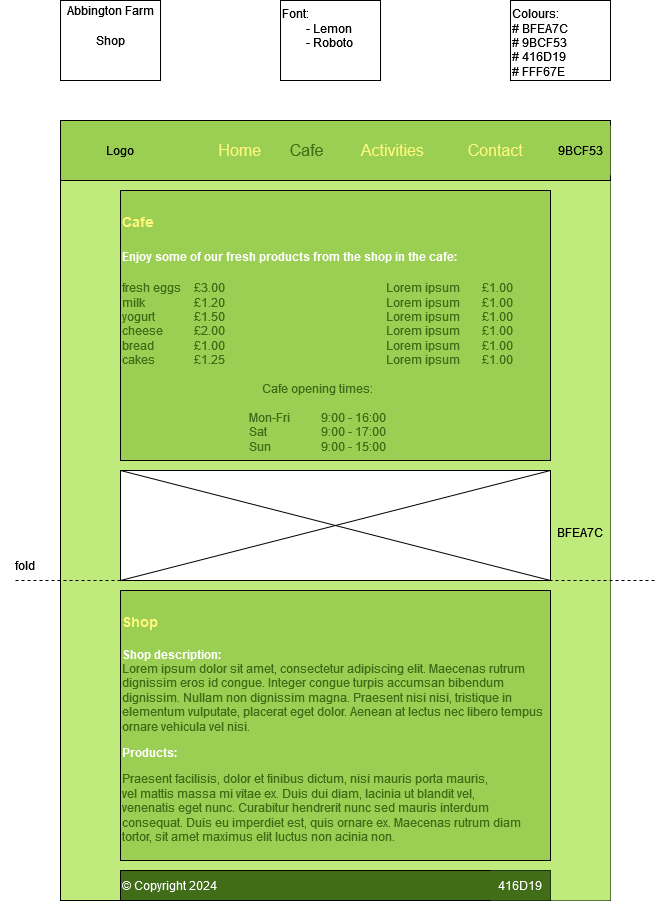
Earlier version of the draw.io export GCC Software Development/Web Course/Assignment/Task 1/Shop.png (G-Siu/100DaysOfCode). Source tidied: cells renumbered, new cells last; positions are measured from the earlier drawing's top-left corner, leaving out a move shared by most shapes.
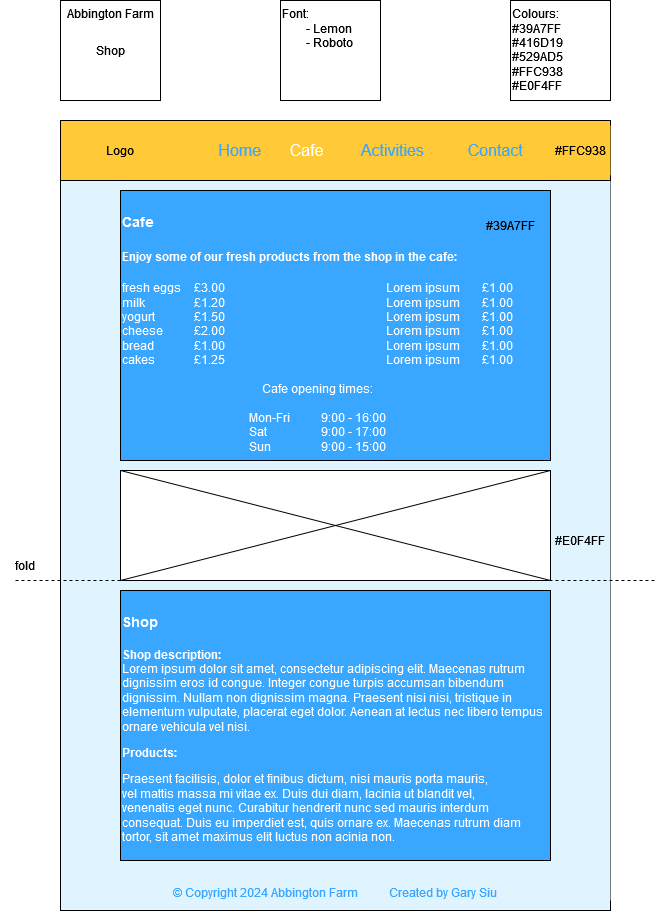
After the commit.

Change to the diagram source:
```diff
@@ -3,44 +3,35 @@
     <mxCell id="0" />
     <mxCell id="1" parent="0" />
     <mxCell id="2" value="Font:&lt;br&gt;&lt;span style=&quot;white-space: pre;&quot;&gt;&#9;&lt;/span&gt;- Lemon&lt;br&gt;&lt;span style=&quot;white-space: pre;&quot;&gt;&#9;&lt;/span&gt;- Roboto" style="rounded=0;whiteSpace=wrap;html=1;align=left;verticalAlign=top;fontStyle=0;" parent="1" vertex="1">
-      <mxGeometry x="280" width="100" height="80" as="geometry" />
+      <mxGeometry x="280" width="100" height="100" as="geometry" />
     </mxCell>
-    <mxCell id="3" value="Colours:&lt;span style=&quot;&quot;&gt; &lt;br&gt;# BFEA7C&lt;br&gt;# 9BCF53&lt;br&gt;# 416D19&lt;br&gt;# FFF67E&lt;br&gt;&lt;/span&gt;" style="rounded=0;whiteSpace=wrap;html=1;align=left;verticalAlign=top;fontStyle=0;" parent="1" vertex="1">
-      <mxGeometry x="510" width="100" height="80" as="geometry" />
-    </mxCell>
     <mxCell id="4" style="group;" parent="1" vertex="1">
-      <mxGeometry x="60" width="100" height="80" as="geometry" />
+      <mxGeometry x="60" width="100" height="100" as="geometry" />
     </mxCell>
     <mxCell id="5" value="Shop" style="rounded=0;whiteSpace=wrap;html=1;align=center;verticalAlign=middle;" parent="4" vertex="1">
-      <mxGeometry width="100" height="80" as="geometry" />
+      <mxGeometry width="100" height="100" as="geometry" />
     </mxCell>
     <mxCell id="6" value="Abbington Farm" style="rounded=0;whiteSpace=wrap;html=1;strokeColor=none;fillColor=none;" parent="4" vertex="1">
-      <mxGeometry x="5" width="90" height="20" as="geometry" />
+      <mxGeometry x="5" width="90" height="25" as="geometry" />
     </mxCell>
-    <mxCell id="7" style="rounded=0;whiteSpace=wrap;html=1;fillColor=#BFEA7C;" parent="1" vertex="1">
-      <mxGeometry x="60" y="180" width="550" height="720" as="geometry" />
+    <mxCell id="7" style="rounded=0;whiteSpace=wrap;html=1;fillColor=#E0F4FF;" parent="1" vertex="1">
+      <mxGeometry x="60" y="180" width="550" height="730" as="geometry" />
     </mxCell>
-    <mxCell id="8" value="B&lt;span style=&quot;&quot;&gt;FEA7C&lt;/span&gt;&lt;div&gt;&lt;br/&gt;&lt;/div&gt;" style="rounded=0;whiteSpace=wrap;html=1;strokeColor=none;fillColor=#BFEA7C;" parent="1" vertex="1">
+    <mxCell id="8" value="#E0F4FF" style="rounded=0;whiteSpace=wrap;html=1;strokeColor=none;fillColor=#E0F4FF;" parent="1" vertex="1">
       <mxGeometry x="550" y="180" width="60" height="720" as="geometry" />
     </mxCell>
-    <mxCell id="9" value="&lt;div align=&quot;left&quot; style=&quot;font-size: 16px;&quot;&gt;&lt;font color=&quot;#fff67e&quot; style=&quot;font-size: 16px;&quot;&gt;&lt;span style=&quot;white-space: pre;&quot;&gt;&#9;&lt;/span&gt;&lt;span style=&quot;white-space: pre;&quot;&gt;&#9;&lt;/span&gt;&lt;/font&gt;&lt;font color=&quot;#fff67e&quot; style=&quot;font-size: 16px;&quot;&gt;Home&lt;/font&gt;&lt;font color=&quot;#fff67e&quot; style=&quot;font-size: 16px;&quot;&gt; &lt;span style=&quot;white-space: pre;&quot;&gt;&#9;&lt;/span&gt;&lt;/font&gt;&lt;font style=&quot;font-size: 16px;&quot;&gt;Cafe&lt;/font&gt;&lt;font color=&quot;#fff67e&quot; style=&quot;font-size: 16px;&quot;&gt; &lt;span style=&quot;white-space: pre;&quot;&gt;&#9;&lt;/span&gt;Activities &lt;span style=&quot;white-space: pre;&quot;&gt;&#9;&lt;/span&gt;Contact&lt;br style=&quot;font-size: 16px;&quot;&gt;&lt;/font&gt;&lt;/div&gt;" style="rounded=0;whiteSpace=wrap;html=1;fillColor=#9BCF53;fontSize=16;fontColor=#416D19;" parent="1" vertex="1">
+    <mxCell id="9" value="&lt;div align=&quot;left&quot; style=&quot;font-size: 16px;&quot;&gt;&lt;font color=&quot;#39a7ff&quot; style=&quot;font-size: 16px;&quot;&gt;&lt;span style=&quot;white-space: pre;&quot;&gt;&#9;&lt;/span&gt;&lt;span style=&quot;white-space: pre;&quot;&gt;&#9;&lt;/span&gt;&lt;/font&gt;&lt;font color=&quot;#39a7ff&quot; style=&quot;font-size: 16px;&quot;&gt;Home&lt;/font&gt;&lt;font color=&quot;#39a7ff&quot; style=&quot;font-size: 16px;&quot;&gt; &lt;span style=&quot;white-space: pre;&quot;&gt;&#9;&lt;/span&gt;&lt;/font&gt;&lt;font color=&quot;#ffffff&quot; style=&quot;font-size: 16px;&quot;&gt;Cafe&lt;/font&gt;&lt;font color=&quot;#ffffff&quot; style=&quot;font-size: 16px;&quot;&gt; &lt;span style=&quot;white-space: pre;&quot;&gt;&#9;&lt;/span&gt;&lt;/font&gt;&lt;font color=&quot;#39a7ff&quot; style=&quot;font-size: 16px;&quot;&gt;Activities &lt;span style=&quot;white-space: pre;&quot;&gt;&#9;&lt;/span&gt;Contact&lt;br style=&quot;font-size: 16px;&quot;&gt;&lt;/font&gt;&lt;/div&gt;" style="rounded=0;whiteSpace=wrap;html=1;fillColor=#FFC938;fontSize=16;fontColor=#416D19;" parent="1" vertex="1">
       <mxGeometry x="60" y="120" width="550" height="60" as="geometry" />
     </mxCell>
     <mxCell id="10" value="Logo" style="rounded=0;whiteSpace=wrap;html=1;strokeColor=none;fillColor=none;" parent="1" vertex="1">
       <mxGeometry x="60" y="120" width="120" height="60" as="geometry" />
     </mxCell>
-    <mxCell id="11" value="&lt;font color=&quot;#fff67e&quot; size=&quot;1&quot;&gt;&lt;b style=&quot;font-size: 14px;&quot;&gt;&lt;br&gt;Cafe&lt;br&gt;&lt;br&gt;&lt;/b&gt;&lt;/font&gt;&lt;b&gt;&lt;font color=&quot;#ffffff&quot;&gt;Enjoy some of our fresh products from the shop in the cafe:&lt;/font&gt;&lt;/b&gt;&lt;font color=&quot;#fff67e&quot; size=&quot;1&quot;&gt;&lt;b style=&quot;font-size: 14px;&quot;&gt;&lt;br&gt;&lt;br&gt;&lt;/b&gt;&lt;/font&gt;&lt;font color=&quot;#416d19&quot;&gt;fresh eggs&lt;span style=&quot;white-space: pre;&quot;&gt;&#9;&lt;/span&gt;£3.00&lt;span style=&quot;white-space: pre;&quot;&gt;&#9;&lt;/span&gt;&lt;span style=&quot;white-space: pre;&quot;&gt;&#9;&lt;/span&gt;&lt;span style=&quot;white-space: pre;&quot;&gt;&#9;&lt;/span&gt;&lt;span style=&quot;white-space: pre;&quot;&gt;&#9;&lt;/span&gt;&lt;span style=&quot;white-space: pre;&quot;&gt;&#9;&lt;/span&gt;&lt;span style=&quot;white-space: pre;&quot;&gt;&#9;&lt;/span&gt;&lt;span style=&quot;white-space: pre;&quot;&gt;&#9;&lt;/span&gt;Lorem ipsum&lt;span style=&quot;white-space: pre;&quot;&gt;&#9;&lt;/span&gt;£1.00 &lt;br&gt;milk&lt;span style=&quot;white-space: pre;&quot;&gt;&#9;&lt;/span&gt;&lt;span style=&quot;white-space: pre;&quot;&gt;&#9;&lt;/span&gt;£1.20&lt;span style=&quot;white-space: pre;&quot;&gt;&#9;&lt;/span&gt;&lt;span style=&quot;white-space: pre;&quot;&gt;&#9;&lt;/span&gt;&lt;span style=&quot;white-space: pre;&quot;&gt;&#9;&lt;/span&gt;&lt;span style=&quot;white-space: pre;&quot;&gt;&#9;&lt;/span&gt;&lt;span style=&quot;white-space: pre;&quot;&gt;&#9;&lt;/span&gt;&lt;span style=&quot;white-space: pre;&quot;&gt;&#9;&lt;/span&gt;&lt;span style=&quot;white-space: pre;&quot;&gt;&#9;Lorem ipsum&lt;span style=&quot;white-space: pre;&quot;&gt;&#9;&lt;/span&gt;£1.00&lt;/span&gt;&lt;br&gt;yogurt&lt;span style=&quot;white-space: pre;&quot;&gt;&#9;&lt;/span&gt;&lt;span style=&quot;white-space: pre;&quot;&gt;&#9;&lt;/span&gt;£1.50&lt;span style=&quot;white-space: pre;&quot;&gt;&#9;&lt;/span&gt;&lt;span style=&quot;white-space: pre;&quot;&gt;&#9;&lt;/span&gt;&lt;span style=&quot;white-space: pre;&quot;&gt;&#9;&lt;/span&gt;&lt;span style=&quot;white-space: pre;&quot;&gt;&#9;&lt;/span&gt;&lt;span style=&quot;white-space: pre;&quot;&gt;&#9;&lt;/span&gt;&lt;span style=&quot;white-space: pre;&quot;&gt;&#9;&lt;/span&gt;&lt;span style=&quot;white-space: pre;&quot;&gt;&#9;&lt;/span&gt;Lorem ipsum&lt;span style=&quot;white-space: pre;&quot;&gt;&#9;&lt;/span&gt;£1.00&lt;br&gt;cheese&lt;span style=&quot;white-space: pre;&quot;&gt;&#9;&lt;/span&gt;&lt;span style=&quot;white-space: pre;&quot;&gt;&#9;&lt;/span&gt;£2.00&lt;span style=&quot;white-space: pre;&quot;&gt;&#9;&lt;/span&gt;&lt;span style=&quot;white-space: pre;&quot;&gt;&#9;&lt;/span&gt;&lt;span style=&quot;white-space: pre;&quot;&gt;&#9;&lt;/span&gt;&lt;span style=&quot;white-space: pre;&quot;&gt;&#9;&lt;/span&gt;&lt;span style=&quot;white-space: pre;&quot;&gt;&#9;&lt;/span&gt;&lt;span style=&quot;white-space: pre;&quot;&gt;&#9;&lt;/span&gt;&lt;span style=&quot;white-space: pre;&quot;&gt;&#9;&lt;/span&gt;Lorem ipsum&lt;span style=&quot;white-space: pre;&quot;&gt;&#9;&lt;/span&gt;£1.00&lt;br&gt;bread&lt;span style=&quot;white-space: pre;&quot;&gt;&#9;&lt;/span&gt;&lt;span style=&quot;white-space: pre;&quot;&gt;&#9;&lt;/span&gt;£1.00&lt;span style=&quot;white-space: pre;&quot;&gt;&#9;&lt;/span&gt;&lt;span style=&quot;white-space: pre;&quot;&gt;&#9;&lt;/span&gt;&lt;span style=&quot;white-space: pre;&quot;&gt;&#9;&lt;/span&gt;&lt;span style=&quot;white-space: pre;&quot;&gt;&#9;&lt;/span&gt;&lt;span style=&quot;white-space: pre;&quot;&gt;&#9;&lt;/span&gt;&lt;span style=&quot;white-space: pre;&quot;&gt;&#9;&lt;/span&gt;&lt;span style=&quot;white-space: pre;&quot;&gt;&#9;&lt;/span&gt;Lorem ipsum&lt;span style=&quot;white-space: pre;&quot;&gt;&#9;&lt;/span&gt;£1.00&lt;br&gt;cakes&lt;span style=&quot;white-space: pre;&quot;&gt;&#9;&lt;/span&gt;&lt;span style=&quot;white-space: pre;&quot;&gt;&#9;&lt;/span&gt;£1.25&lt;span style=&quot;white-space: pre;&quot;&gt;&#9;&lt;/span&gt;&lt;span style=&quot;white-space: pre;&quot;&gt;&#9;&lt;/span&gt;&lt;span style=&quot;white-space: pre;&quot;&gt;&#9;&lt;/span&gt;&lt;span style=&quot;white-space: pre;&quot;&gt;&#9;&lt;/span&gt;&lt;span style=&quot;white-space: pre;&quot;&gt;&#9;&lt;/span&gt;&lt;span style=&quot;white-space: pre;&quot;&gt;&#9;&lt;/span&gt;&lt;span style=&quot;white-space: pre;&quot;&gt;&#9;&lt;/span&gt;Lorem ipsum&lt;span style=&quot;white-space: pre;&quot;&gt;&#9;&lt;/span&gt;£1.00&lt;br&gt;&lt;br&gt;&lt;/font&gt;&lt;div align=&quot;center&quot;&gt;&lt;font color=&quot;#416d19&quot;&gt;Cafe opening times:&lt;/font&gt;&lt;br&gt;&lt;br&gt;&lt;font color=&quot;#416d19&quot;&gt;Mon-Fri&lt;span style=&quot;white-space: pre;&quot;&gt;&#9;&lt;/span&gt;&lt;span style=&quot;white-space: pre;&quot;&gt;&#9;&lt;/span&gt;9:00 - 16:00&lt;/font&gt;&lt;br&gt;&lt;font color=&quot;#416d19&quot;&gt;Sat&lt;span style=&quot;white-space: pre;&quot;&gt;&#9;&lt;/span&gt;&lt;span style=&quot;white-space: pre;&quot;&gt;&#9;&lt;/span&gt;&lt;span style=&quot;white-space: pre;&quot;&gt;&#9;&lt;/span&gt;9:00 - 17:00&lt;/font&gt;&lt;br&gt;&lt;font color=&quot;#416d19&quot;&gt;Sun&lt;span style=&quot;white-space: pre;&quot;&gt;&#9;&lt;/span&gt;&lt;span style=&quot;white-space: pre;&quot;&gt;&#9;&lt;/span&gt;9:00 - 15:00&lt;/font&gt;&lt;br&gt;&lt;/div&gt;&lt;font color=&quot;#416d19&quot;&gt;&lt;br&gt;&lt;/font&gt;&lt;div&gt;&lt;br&gt;&lt;/div&gt;" style="rounded=0;whiteSpace=wrap;html=1;verticalAlign=top;align=left;fillColor=#9BCF53;" parent="1" vertex="1">
+    <mxCell id="11" value="&lt;font color=&quot;#ffffff&quot; size=&quot;1&quot;&gt;&lt;b style=&quot;font-size: 14px;&quot;&gt;&lt;br&gt;Cafe&lt;br&gt;&lt;br&gt;&lt;/b&gt;&lt;/font&gt;&lt;font color=&quot;#ffffff&quot;&gt;&lt;b&gt;Enjoy some of our fresh products from the shop in the cafe:&lt;/b&gt;&lt;font size=&quot;1&quot;&gt;&lt;b style=&quot;font-size: 14px;&quot;&gt;&lt;br&gt;&lt;br&gt;&lt;/b&gt;&lt;/font&gt;fresh eggs&lt;span style=&quot;white-space: pre;&quot;&gt;&#9;&lt;/span&gt;£3.00&lt;span style=&quot;white-space: pre;&quot;&gt;&#9;&lt;/span&gt;&lt;span style=&quot;white-space: pre;&quot;&gt;&#9;&lt;/span&gt;&lt;span style=&quot;white-space: pre;&quot;&gt;&#9;&lt;/span&gt;&lt;span style=&quot;white-space: pre;&quot;&gt;&#9;&lt;/span&gt;&lt;span style=&quot;white-space: pre;&quot;&gt;&#9;&lt;/span&gt;&lt;span style=&quot;white-space: pre;&quot;&gt;&#9;&lt;/span&gt;&lt;span style=&quot;white-space: pre;&quot;&gt;&#9;&lt;/span&gt;Lorem ipsum&lt;span style=&quot;white-space: pre;&quot;&gt;&#9;&lt;/span&gt;£1.00 &lt;br&gt;milk&lt;span style=&quot;white-space: pre;&quot;&gt;&#9;&lt;/span&gt;&lt;span style=&quot;white-space: pre;&quot;&gt;&#9;&lt;/span&gt;£1.20&lt;span style=&quot;white-space: pre;&quot;&gt;&#9;&lt;/span&gt;&lt;span style=&quot;white-space: pre;&quot;&gt;&#9;&lt;/span&gt;&lt;span style=&quot;white-space: pre;&quot;&gt;&#9;&lt;/span&gt;&lt;span style=&quot;white-space: pre;&quot;&gt;&#9;&lt;/span&gt;&lt;span style=&quot;white-space: pre;&quot;&gt;&#9;&lt;/span&gt;&lt;span style=&quot;white-space: pre;&quot;&gt;&#9;&lt;/span&gt;&lt;span style=&quot;white-space: pre;&quot;&gt;&#9;Lorem ipsum&lt;span style=&quot;white-space: pre;&quot;&gt;&#9;&lt;/span&gt;£1.00&lt;/span&gt;&lt;br&gt;yogurt&lt;span style=&quot;white-space: pre;&quot;&gt;&#9;&lt;/span&gt;&lt;span style=&quot;white-space: pre;&quot;&gt;&#9;&lt;/span&gt;£1.50&lt;span style=&quot;white-space: pre;&quot;&gt;&#9;&lt;/span&gt;&lt;span style=&quot;white-space: pre;&quot;&gt;&#9;&lt;/span&gt;&lt;span style=&quot;white-space: pre;&quot;&gt;&#9;&lt;/span&gt;&lt;span style=&quot;white-space: pre;&quot;&gt;&#9;&lt;/span&gt;&lt;span style=&quot;white-space: pre;&quot;&gt;&#9;&lt;/span&gt;&lt;span style=&quot;white-space: pre;&quot;&gt;&#9;&lt;/span&gt;&lt;span style=&quot;white-space: pre;&quot;&gt;&#9;&lt;/span&gt;Lorem ipsum&lt;span style=&quot;white-space: pre;&quot;&gt;&#9;&lt;/span&gt;£1.00&lt;br&gt;cheese&lt;span style=&quot;white-space: pre;&quot;&gt;&#9;&lt;/span&gt;&lt;span style=&quot;white-space: pre;&quot;&gt;&#9;&lt;/span&gt;£2.00&lt;span style=&quot;white-space: pre;&quot;&gt;&#9;&lt;/span&gt;&lt;span style=&quot;white-space: pre;&quot;&gt;&#9;&lt;/span&gt;&lt;span style=&quot;white-space: pre;&quot;&gt;&#9;&lt;/span&gt;&lt;span style=&quot;white-space: pre;&quot;&gt;&#9;&lt;/span&gt;&lt;span style=&quot;white-space: pre;&quot;&gt;&#9;&lt;/span&gt;&lt;span style=&quot;white-space: pre;&quot;&gt;&#9;&lt;/span&gt;&lt;span style=&quot;white-space: pre;&quot;&gt;&#9;&lt;/span&gt;Lorem ipsum&lt;span style=&quot;white-space: pre;&quot;&gt;&#9;&lt;/span&gt;£1.00&lt;br&gt;bread&lt;span style=&quot;white-space: pre;&quot;&gt;&#9;&lt;/span&gt;&lt;span style=&quot;white-space: pre;&quot;&gt;&#9;&lt;/span&gt;£1.00&lt;span style=&quot;white-space: pre;&quot;&gt;&#9;&lt;/span&gt;&lt;span style=&quot;white-space: pre;&quot;&gt;&#9;&lt;/span&gt;&lt;span style=&quot;white-space: pre;&quot;&gt;&#9;&lt;/span&gt;&lt;span style=&quot;white-space: pre;&quot;&gt;&#9;&lt;/span&gt;&lt;span style=&quot;white-space: pre;&quot;&gt;&#9;&lt;/span&gt;&lt;span style=&quot;white-space: pre;&quot;&gt;&#9;&lt;/span&gt;&lt;span style=&quot;white-space: pre;&quot;&gt;&#9;&lt;/span&gt;Lorem ipsum&lt;span style=&quot;white-space: pre;&quot;&gt;&#9;&lt;/span&gt;£1.00&lt;br&gt;cakes&lt;span style=&quot;white-space: pre;&quot;&gt;&#9;&lt;/span&gt;&lt;span style=&quot;white-space: pre;&quot;&gt;&#9;&lt;/span&gt;£1.25&lt;span style=&quot;white-space: pre;&quot;&gt;&#9;&lt;/span&gt;&lt;span style=&quot;white-space: pre;&quot;&gt;&#9;&lt;/span&gt;&lt;span style=&quot;white-space: pre;&quot;&gt;&#9;&lt;/span&gt;&lt;span style=&quot;white-space: pre;&quot;&gt;&#9;&lt;/span&gt;&lt;span style=&quot;white-space: pre;&quot;&gt;&#9;&lt;/span&gt;&lt;span style=&quot;white-space: pre;&quot;&gt;&#9;&lt;/span&gt;&lt;span style=&quot;white-space: pre;&quot;&gt;&#9;&lt;/span&gt;Lorem ipsum&lt;span style=&quot;white-space: pre;&quot;&gt;&#9;&lt;/span&gt;£1.00&lt;br&gt;&lt;br&gt;&lt;/font&gt;&lt;div align=&quot;center&quot;&gt;&lt;font color=&quot;#ffffff&quot;&gt;Cafe opening times:&lt;br&gt;&lt;br&gt;Mon-Fri&lt;span style=&quot;white-space: pre;&quot;&gt;&#9;&lt;/span&gt;&lt;span style=&quot;white-space: pre;&quot;&gt;&#9;&lt;/span&gt;9:00 - 16:00&lt;br&gt;Sat&lt;span style=&quot;white-space: pre;&quot;&gt;&#9;&lt;/span&gt;&lt;span style=&quot;white-space: pre;&quot;&gt;&#9;&lt;/span&gt;&lt;span style=&quot;white-space: pre;&quot;&gt;&#9;&lt;/span&gt;9:00 - 17:00&lt;br&gt;Sun&lt;span style=&quot;white-space: pre;&quot;&gt;&#9;&lt;/span&gt;&lt;span style=&quot;white-space: pre;&quot;&gt;&#9;&lt;/span&gt;9:00 - 15:00&lt;br&gt;&lt;/font&gt;&lt;/div&gt;&lt;font color=&quot;#ffffff&quot;&gt;&lt;br&gt;&lt;/font&gt;&lt;div&gt;&lt;font color=&quot;#ffffff&quot;&gt;&lt;br&gt;&lt;/font&gt;&lt;/div&gt;" style="rounded=0;whiteSpace=wrap;html=1;verticalAlign=top;align=left;fillColor=#39A7FF;" parent="1" vertex="1">
       <mxGeometry x="120" y="190" width="430" height="270" as="geometry" />
     </mxCell>
-    <mxCell id="12" value="&lt;p&gt;&lt;font color=&quot;#ffffff&quot;&gt;© Copyright 2024&lt;/font&gt;&lt;/p&gt;" style="rounded=0;whiteSpace=wrap;html=1;verticalAlign=middle;align=left;fillColor=#416D19;" parent="1" vertex="1">
-      <mxGeometry x="120" y="870" width="430" height="30" as="geometry" />
-    </mxCell>
-    <mxCell id="13" value="9BCF53" style="rounded=0;whiteSpace=wrap;html=1;fillColor=#9BCF53;strokeColor=none;" parent="1" vertex="1">
+    <mxCell id="13" value="#FFC938" style="rounded=0;whiteSpace=wrap;html=1;fillColor=#FFC938;strokeColor=none;" parent="1" vertex="1">
       <mxGeometry x="550" y="125" width="60" height="50" as="geometry" />
     </mxCell>
-    <mxCell id="14" value="&lt;font color=&quot;#ffffff&quot;&gt;416D19&lt;/font&gt;" style="rounded=0;whiteSpace=wrap;html=1;fillColor=#416D19;strokeColor=none;" parent="1" vertex="1">
-      <mxGeometry x="490" y="870" width="60" height="30" as="geometry" />
-    </mxCell>
     <mxCell id="15" style="rounded=0;whiteSpace=wrap;html=1;" parent="1" vertex="1">
       <mxGeometry x="120" y="470" width="430" height="110" as="geometry" />
     </mxCell>
@@ -50,7 +41,7 @@
     <mxCell id="17" style="endArrow=none;html=1;rounded=0;exitX=0;exitY=1;exitDx=0;exitDy=0;entryX=1;entryY=0;entryDx=0;entryDy=0;" parent="1" edge="1" source="15" target="15">
       <mxGeometry relative="1" as="geometry" />
     </mxCell>
-    <mxCell id="18" value="&lt;font color=&quot;#fff67e&quot; size=&quot;1&quot;&gt;&lt;b style=&quot;font-size: 14px;&quot;&gt;&lt;br&gt;Shop&lt;br&gt;&lt;br&gt;&lt;/b&gt;&lt;/font&gt;&lt;font color=&quot;#ffffff&quot;&gt;&lt;b&gt;Shop description:&lt;br&gt;&lt;/b&gt;&lt;/font&gt;&lt;div id=&quot;lipsum&quot;&gt;&lt;font color=&quot;#416d19&quot;&gt;Lorem ipsum dolor sit amet, consectetur adipiscing elit. Maecenas rutrum &lt;/font&gt;&lt;font color=&quot;#416d19&quot;&gt;dignissim eros id congue. Integer congue turpis accumsan bibendum &lt;/font&gt;&lt;font color=&quot;#416d19&quot;&gt;dignissim. Nullam non dignissim magna. Praesent nisi nisi, tristique in &lt;/font&gt;&lt;font color=&quot;#416d19&quot;&gt;elementum vulputate, placerat eget dolor. Aenean at lectus nec libero &lt;/font&gt;&lt;font color=&quot;#416d19&quot;&gt;tempus ornare vehicula vel nisi. &lt;/font&gt;&lt;br&gt;&lt;p&gt;&lt;font color=&quot;#ffffff&quot;&gt;&lt;b&gt;Products:&lt;/b&gt;&lt;/font&gt;&lt;/p&gt;&lt;p&gt;&lt;font color=&quot;#416d19&quot;&gt;Praesent facilisis, dolor et finibus dictum, nisi mauris porta mauris, &lt;br&gt;vel mattis massa mi vitae ex. Duis dui diam, lacinia ut blandit vel, &lt;br&gt;venenatis eget nunc. Curabitur hendrerit nunc sed mauris interdum &lt;br&gt;consequat. Duis eu imperdiet est, quis ornare ex. Maecenas rutrum diam &lt;br&gt;tortor, sit amet maximus elit luctus non acinia non. &lt;/font&gt;&lt;br&gt;&lt;/p&gt;&lt;/div&gt;&lt;br&gt;&lt;font color=&quot;#416d19&quot;&gt;&lt;br&gt;&lt;/font&gt;&lt;div&gt;&lt;br&gt;&lt;/div&gt;" style="rounded=0;whiteSpace=wrap;html=1;verticalAlign=top;align=left;fillColor=#9BCF53;" parent="1" vertex="1">
+    <mxCell id="18" value="&lt;font color=&quot;#ffffff&quot; size=&quot;1&quot;&gt;&lt;b style=&quot;font-size: 14px;&quot;&gt;&lt;br&gt;Shop&lt;br&gt;&lt;br&gt;&lt;/b&gt;&lt;/font&gt;&lt;font color=&quot;#ffffff&quot;&gt;&lt;b&gt;Shop description:&lt;br&gt;&lt;/b&gt;&lt;/font&gt;&lt;div id=&quot;lipsum&quot;&gt;&lt;font color=&quot;#ffffff&quot;&gt;Lorem ipsum dolor sit amet, consectetur adipiscing elit. Maecenas rutrum dignissim eros id congue. Integer congue turpis accumsan bibendum dignissim. Nullam non dignissim magna. Praesent nisi nisi, tristique in elementum vulputate, placerat eget dolor. Aenean at lectus nec libero tempus ornare vehicula vel nisi. &lt;br&gt;&lt;/font&gt;&lt;p&gt;&lt;font color=&quot;#ffffff&quot;&gt;&lt;b&gt;Products:&lt;/b&gt;&lt;/font&gt;&lt;/p&gt;&lt;p&gt;&lt;font color=&quot;#ffffff&quot;&gt;Praesent facilisis, dolor et finibus dictum, nisi mauris porta mauris, &lt;br&gt;vel mattis massa mi vitae ex. Duis dui diam, lacinia ut blandit vel, &lt;br&gt;venenatis eget nunc. Curabitur hendrerit nunc sed mauris interdum &lt;br&gt;consequat. Duis eu imperdiet est, quis ornare ex. Maecenas rutrum diam &lt;br&gt;tortor, sit amet maximus elit luctus non acinia non. &lt;br&gt;&lt;/font&gt;&lt;/p&gt;&lt;/div&gt;&lt;font color=&quot;#ffffff&quot;&gt;&lt;br&gt;&lt;br&gt;&lt;/font&gt;&lt;div&gt;&lt;font color=&quot;#ffffff&quot;&gt;&lt;br&gt;&lt;/font&gt;&lt;/div&gt;" style="rounded=0;whiteSpace=wrap;html=1;verticalAlign=top;align=left;fillColor=#39A7FF;" parent="1" vertex="1">
       <mxGeometry x="120" y="590" width="430" height="270" as="geometry" />
     </mxCell>
     <mxCell id="19" style="endArrow=none;dashed=1;html=1;rounded=0;" parent="1" edge="1">
@@ -62,5 +53,14 @@
     <mxCell id="20" value="fold" style="rounded=0;whiteSpace=wrap;html=1;strokeColor=none;fillColor=none;" parent="1" vertex="1">
       <mxGeometry y="550" width="50" height="30" as="geometry" />
     </mxCell>
+    <mxCell id="21" value="#39A7FF" style="rounded=0;whiteSpace=wrap;html=1;fillColor=#39A7FF;strokeColor=none;" parent="1" vertex="1">
+      <mxGeometry x="480" y="200" width="60" height="50" as="geometry" />
+    </mxCell>
+    <mxCell id="22" value="&lt;font color=&quot;#39a7ff&quot;&gt;&lt;br&gt;&lt;/font&gt;&lt;p&gt;&lt;font color=&quot;#39a7ff&quot;&gt;© Copyright 2024 Abbington Farm&lt;span style=&quot;white-space: pre;&quot;&gt;&#9;&lt;/span&gt;&lt;span style=&quot;white-space: pre;&quot;&gt;&#9;&lt;/span&gt;Created by Gary Siu&lt;br&gt;&lt;/font&gt;&lt;/p&gt;" style="rounded=0;whiteSpace=wrap;html=1;verticalAlign=middle;align=center;fillColor=#E0F4FF;strokeColor=none;" parent="1" vertex="1">
+      <mxGeometry x="120" y="870" width="430" height="30" as="geometry" />
+    </mxCell>
+    <mxCell id="23" value="Colours:&lt;span style=&quot;&quot;&gt; &lt;br&gt;#39A7FF&lt;br&gt;#416D19&lt;br&gt;#529AD5&lt;/span&gt;&lt;br&gt;#FFC938&lt;br&gt;#E0F4FF" style="rounded=0;whiteSpace=wrap;html=1;align=left;verticalAlign=top;fontStyle=0;" parent="1" vertex="1">
+      <mxGeometry x="510" width="100" height="100" as="geometry" />
+    </mxCell>
   </root>
 </mxGraphModel>
```
